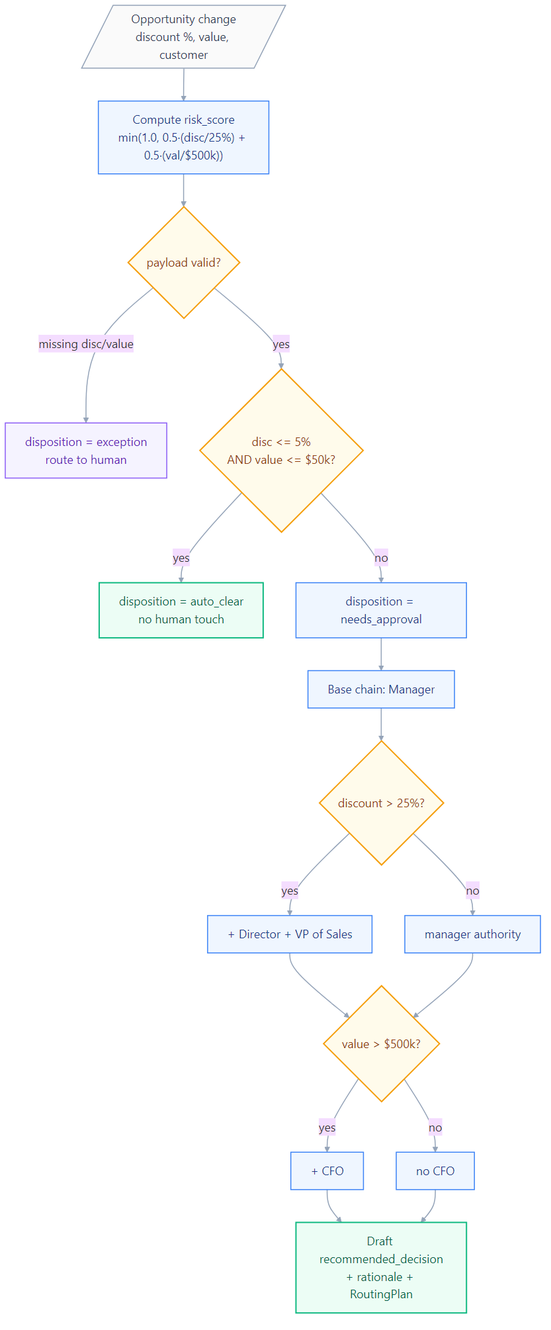
This is submission/diagrams/02-agent-decision.png from DanielaRosenn/deal-desk-agent, a Mermaid export, as it was before one commit. Its source is kept beside it as submission/diagrams/02-agent-decision.mmd. The source it was exported from:
```mermaid
flowchart TD
  In[/"Opportunity change<br/>discount %, value, customer"/]:::external --> Score["Compute risk_score<br/>min(1.0, 0.5·(disc/25%) + 0.5·(val/$500k))"]:::service
  Score --> Valid{"payload valid?"}:::decision
  Valid -->|"missing disc/value"| Exc["disposition = exception<br/>route to human"]:::human
  Valid -->|yes| Auto{"disc <= 5%<br/>AND value <= $50k?"}:::decision
  Auto -->|yes| AC["disposition = auto_clear<br/>no human touch"]:::endOk
  Auto -->|no| NA["disposition = needs_approval"]:::service
  NA --> Mgr["Base chain: Manager"]:::service
  Mgr --> D1{"discount > 25%?"}:::decision
  D1 -->|yes| AddDV["+ Director + VP of Sales"]:::service
  D1 -->|no| Skip1["manager authority"]:::service
  AddDV --> D2{"value > $500k?"}:::decision
  Skip1 --> D2
  D2 -->|yes| AddCfo["+ CFO"]:::service
  D2 -->|no| Skip2["no CFO"]:::service
  AddCfo --> Draft["Draft recommended_decision<br/>+ rationale + RoutingPlan"]:::endOk
  Skip2 --> Draft

  classDef service fill:#EFF6FF,stroke:#3B82F6,color:#1E3A8A,stroke-width:1.5px
  classDef decision fill:#FFFBEB,stroke:#F59E0B,color:#92400E,stroke-width:2px
  classDef human fill:#F5F3FF,stroke:#8B5CF6,color:#5B21B6,stroke-width:1.5px
  classDef external fill:#FAFAFA,stroke:#94A3B8,color:#334155,stroke-width:1.5px
  classDef endOk fill:#ECFDF5,stroke:#10B981,color:#065F46,stroke-width:2px
  linkStyle default stroke:#94A3B8,stroke-width:1.5px
```
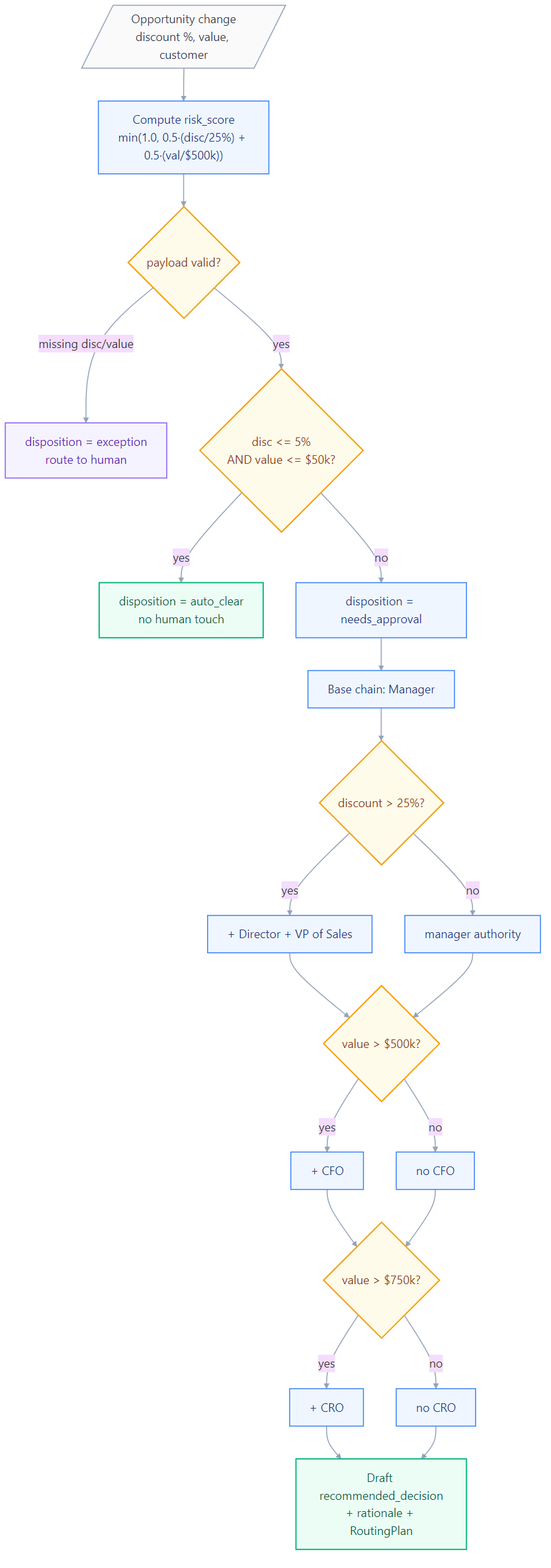
The same file after the commit.

Change to the diagram source:
```diff
@@ -13,8 +13,12 @@
   Skip1 --> D2
   D2 -->|yes| AddCfo["+ CFO"]:::service
   D2 -->|no| Skip2["no CFO"]:::service
-  AddCfo --> Draft["Draft recommended_decision<br/>+ rationale + RoutingPlan"]:::endOk
-  Skip2 --> Draft
+  AddCfo --> D3{"value > $750k?"}:::decision
+  Skip2 --> D3
+  D3 -->|yes| AddCro["+ CRO"]:::service
+  D3 -->|no| Skip3["no CRO"]:::service
+  AddCro --> Draft["Draft recommended_decision<br/>+ rationale + RoutingPlan"]:::endOk
+  Skip3 --> Draft
 
   classDef service fill:#EFF6FF,stroke:#3B82F6,color:#1E3A8A,stroke-width:1.5px
   classDef decision fill:#FFFBEB,stroke:#F59E0B,color:#92400E,stroke-width:2px
```
